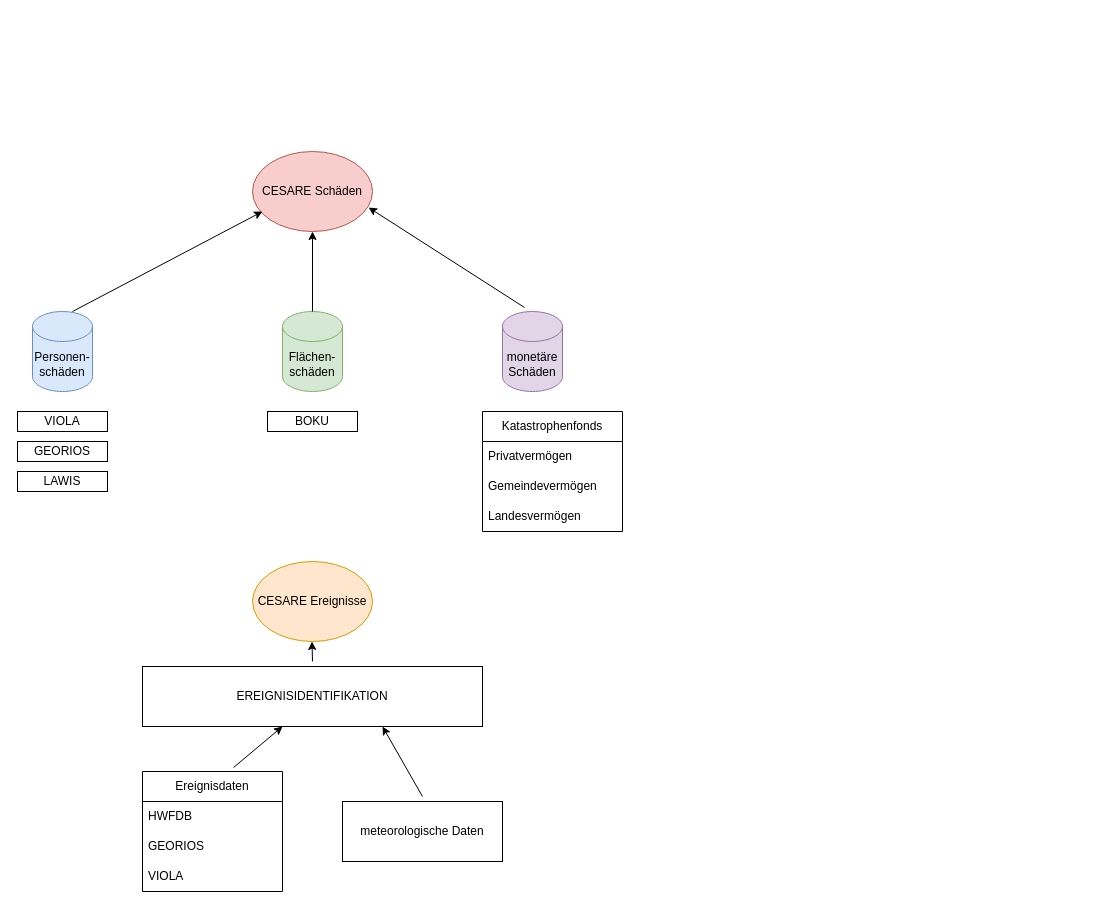
Above: cesare.drawio in Kathi2406/Klimauebung (draw.io), before the change. Source tidied: cells renumbered, new cells numbered last; positions are measured from the earlier drawing's top-left corner, leaving out a move shared by most shapes. Both pictures are drawn from the tidied source at 100%, with x=0, y=0 at pixel (17, 151).
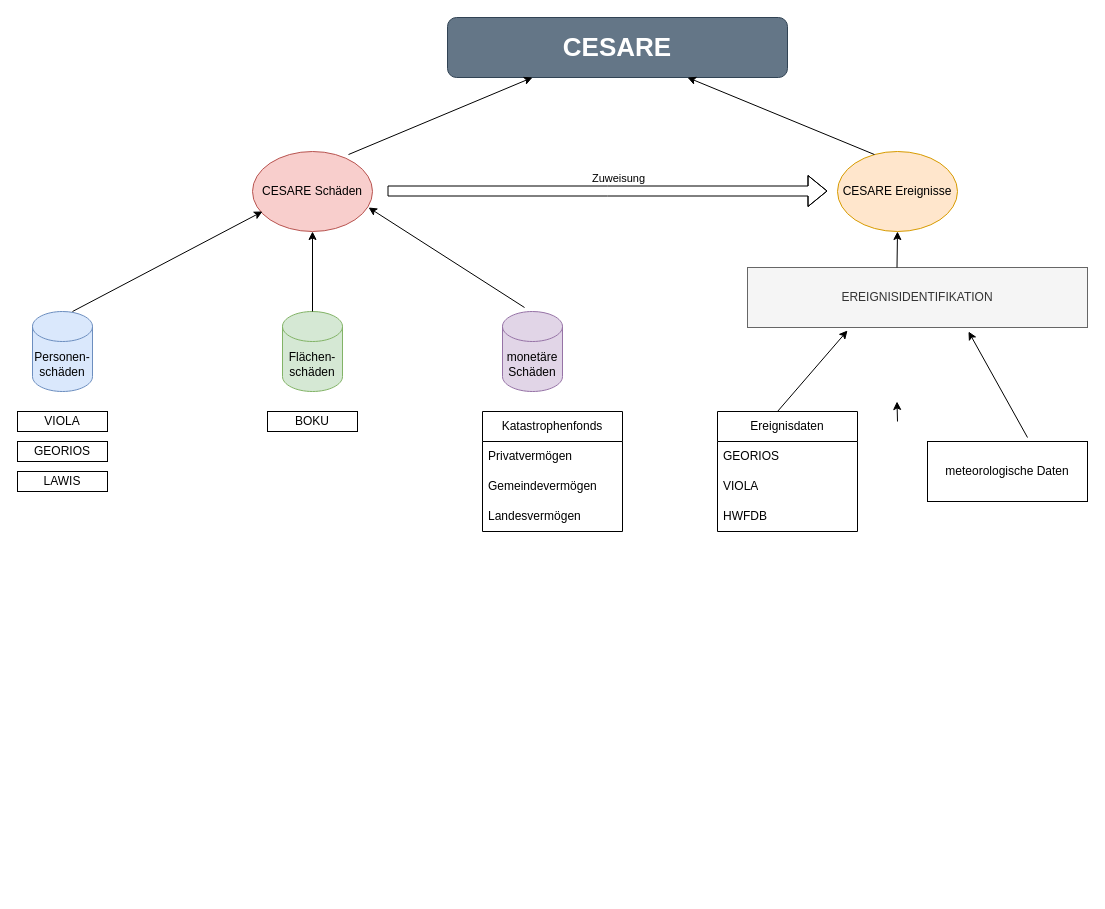
Above is the later version.

The change refers to these unchanged cells:
```xml
<mxCell id="5" value="CESARE Schäden" style="ellipse;whiteSpace=wrap;html=1;fillColor=#f8cecc;strokeColor=#b85450;" parent="1" vertex="1">
  <mxGeometry x="235" width="120" height="80" as="geometry" />
</mxCell>
```

Change to the diagram source:
```diff
@@
     <mxCell id="17" value="CESARE Ereignisse" style="ellipse;whiteSpace=wrap;html=1;fillColor=#ffe6cc;strokeColor=#d79b00;" parent="1" vertex="1">
-      <mxGeometry x="235" y="410" width="120" height="80" as="geometry" />
+      <mxGeometry x="820" width="120" height="80" as="geometry" />
     </mxCell>
-    <mxCell id="18" value="EREIGNISIDENTIFIKATION" style="rounded=0;whiteSpace=wrap;html=1;" parent="1" vertex="1">
-      <mxGeometry x="125" y="515" width="340" height="60" as="geometry" />
+    <mxCell id="18" value="EREIGNISIDENTIFIKATION" style="rounded=0;whiteSpace=wrap;html=1;fillColor=#f5f5f5;fontColor=#333333;strokeColor=#666666;" parent="1" vertex="1">
+      <mxGeometry x="730" y="116" width="340" height="60" as="geometry" />
     </mxCell>
     <mxCell id="19" style="endArrow=classic;html=1;rounded=0;" parent="1" edge="1">
       <mxGeometry relative="1" as="geometry">
-        <mxPoint x="295" y="510" as="sourcePoint" />
-        <mxPoint x="294.5" y="490" as="targetPoint" />
+        <mxPoint x="880" y="270" as="sourcePoint" />
+        <mxPoint x="879.5" y="250" as="targetPoint" />
       </mxGeometry>
     </mxCell>
     <mxCell id="20" value="Ereignisdaten" style="swimlane;fontStyle=0;horizontal=1;startSize=30;whiteSpace=wrap;html=1;" parent="1" vertex="1">
-      <mxGeometry x="125" y="620" width="140" height="120" as="geometry" />
+      <mxGeometry x="700" y="260" width="140" height="120" as="geometry" />
     </mxCell>
-    <mxCell id="21" value="HWFDB" style="text;strokeColor=none;fillColor=none;align=left;verticalAlign=middle;spacingLeft=4;spacingRight=4;overflow=hidden;whiteSpace=wrap;html=1;" parent="20" vertex="1">
-      <mxGeometry y="30" width="140" height="30" as="geometry" />
-    </mxCell>
     <mxCell id="22" value="GEORIOS" style="text;strokeColor=none;fillColor=none;align=left;verticalAlign=middle;spacingLeft=4;spacingRight=4;overflow=hidden;whiteSpace=wrap;html=1;" parent="20" vertex="1">
-      <mxGeometry y="60" width="140" height="30" as="geometry" />
+      <mxGeometry y="30" width="140" height="30" as="geometry" />
     </mxCell>
     <mxCell id="23" value="VIOLA" style="text;strokeColor=none;fillColor=none;align=left;verticalAlign=middle;spacingLeft=4;spacingRight=4;overflow=hidden;whiteSpace=wrap;html=1;" parent="20" vertex="1">
-      <mxGeometry y="90" width="140" height="30" as="geometry" />
+      <mxGeometry y="60" width="140" height="30" as="geometry" />
     </mxCell>
+    <mxCell id="21" value="HWFDB" style="text;strokeColor=none;fillColor=none;align=left;verticalAlign=middle;spacingLeft=4;spacingRight=4;overflow=hidden;whiteSpace=wrap;html=1;" parent="20" vertex="1">
+      <mxGeometry y="90" width="140" height="30" as="geometry" />
+    </mxCell>
     <mxCell id="24" value="meteorologische Daten" style="rounded=0;whiteSpace=wrap;html=1;" parent="1" vertex="1">
-      <mxGeometry x="325" y="650" width="160" height="60" as="geometry" />
+      <mxGeometry x="910" y="290" width="160" height="60" as="geometry" />
     </mxCell>
-    <mxCell id="25" style="endArrow=classic;html=1;rounded=0;exitX=0.65;exitY=-0.033;exitDx=0;exitDy=0;exitPerimeter=0;" parent="1" edge="1" source="20">
+    <mxCell id="25" style="endArrow=classic;html=1;rounded=0;" parent="1" edge="1">
       <mxGeometry relative="1" as="geometry">
-        <mxPoint x="265" y="575" as="targetPoint" />
+        <mxPoint x="760" y="260" as="sourcePoint" />
+        <mxPoint x="830" y="179" as="targetPoint" />
       </mxGeometry>
     </mxCell>
-    <mxCell id="26" style="endArrow=classic;html=1;rounded=0;" parent="1" edge="1">
+    <mxCell id="26" style="endArrow=classic;html=1;rounded=0;entryX=0.65;entryY=1.067;entryDx=0;entryDy=0;entryPerimeter=0;" parent="1" edge="1" target="18">
       <mxGeometry relative="1" as="geometry">
-        <mxPoint x="405" y="645" as="sourcePoint" />
-        <mxPoint x="365" y="575" as="targetPoint" />
+        <mxPoint x="1010" y="286" as="sourcePoint" />
       </mxGeometry>
     </mxCell>
+    <mxCell id="27" style="endArrow=classic;html=1;rounded=0;" parent="1" edge="1">
+      <mxGeometry relative="1" as="geometry">
+        <mxPoint x="879.5" y="116" as="sourcePoint" />
+        <mxPoint x="880" y="80" as="targetPoint" />
+      </mxGeometry>
+    </mxCell>
+    <mxCell id="28" value="Zuweisung" style="shape=flexArrow;endArrow=classic;html=1;rounded=0;" parent="1" edge="1">
+      <mxGeometry x="0.05" y="14" relative="1" as="geometry">
+        <mxPoint x="370" y="39.5" as="sourcePoint" />
+        <mxPoint x="810" y="39.5" as="targetPoint" />
+        <Array as="points">
+          <mxPoint x="590" y="39.5" />
+        </Array>
+        <mxPoint y="1" as="offset" />
+      </mxGeometry>
+    </mxCell>
+    <mxCell id="29" value="CESARE" style="rounded=1;whiteSpace=wrap;html=1;fillColor=#647687;fontColor=#ffffff;strokeColor=#314354;fontStyle=1;fontSize=26;" parent="1" vertex="1">
+      <mxGeometry x="430" y="-134" width="340" height="60" as="geometry" />
+    </mxCell>
+    <mxCell id="30" style="endArrow=classic;html=1;rounded=0;entryX=0.25;entryY=1;entryDx=0;entryDy=0;exitX=0.8;exitY=0.038;exitDx=0;exitDy=0;exitPerimeter=0;" parent="1" edge="1" source="5" target="29">
+      <mxGeometry relative="1" as="geometry" />
+    </mxCell>
+    <mxCell id="31" style="endArrow=classic;html=1;rounded=0;exitX=0.308;exitY=0.038;exitDx=0;exitDy=0;exitPerimeter=0;" parent="1" edge="1" source="17">
+      <mxGeometry relative="1" as="geometry">
+        <mxPoint x="670" y="-74" as="targetPoint" />
+      </mxGeometry>
+    </mxCell>
```
